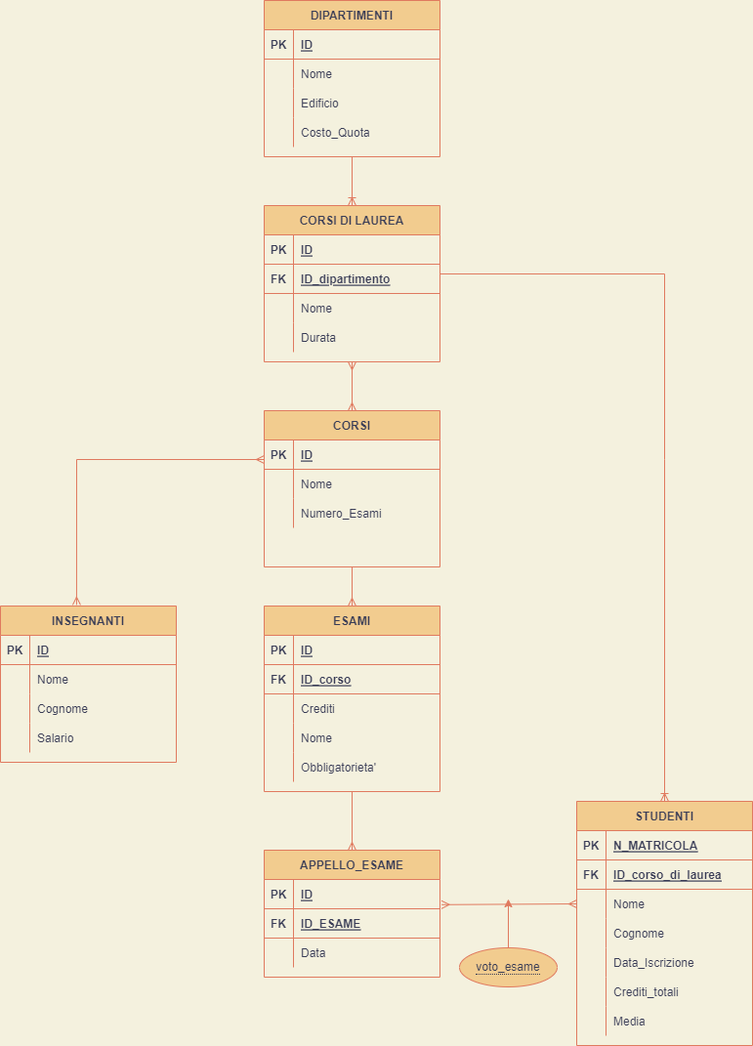
This is database_universita.png from MuraFederico/db-university, a draw.io export, as it was before one commit. Source tidied: cells renumbered, new cells last; positions are measured from the earlier drawing's top-left corner, leaving out a move shared by most shapes.
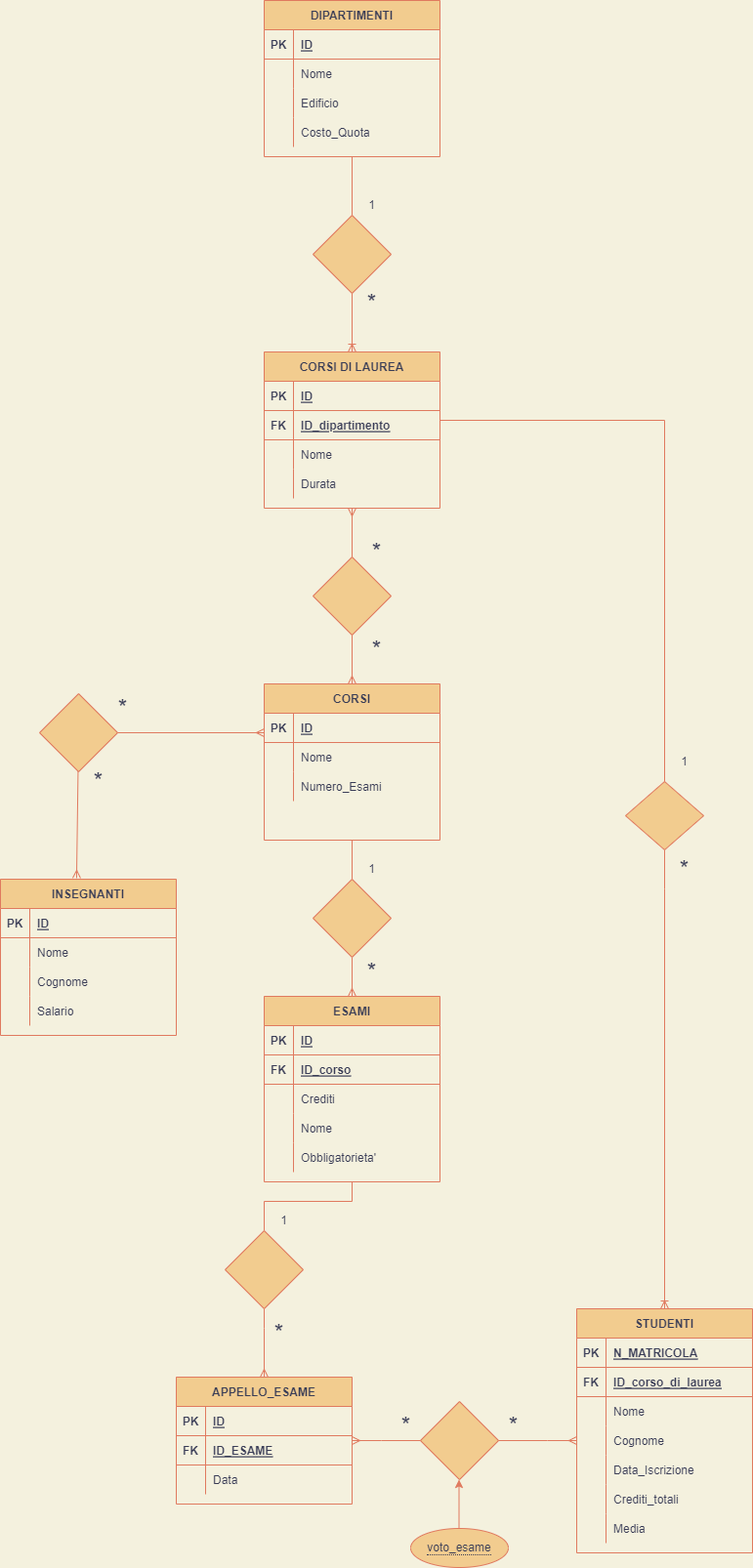
The same diagram one commit later.

The edit, as a diff of the source:
```diff
@@ -42,7 +42,7 @@
       <mxGeometry x="30" width="150" height="30" as="geometry" />
     </mxCell>
     <mxCell id="15" value="CORSI DI LAUREA" style="shape=table;startSize=30;rowLines=0;fontStyle=1;align=center;fillColor=#F2CC8F;strokeColor=#E07A5F;fontColor=#393C56;" parent="1" vertex="1">
-      <mxGeometry x="270" y="210" width="180" height="160" as="geometry" />
+      <mxGeometry x="270" y="360" width="180" height="160" as="geometry" />
     </mxCell>
     <mxCell id="16" style="shape=tableRow;horizontal=0;startSize=0;swimlaneHead=0;swimlaneBody=0;fillColor=none;top=0;left=0;right=0;bottom=1;strokeColor=#E07A5F;fontColor=#393C56;" parent="15" vertex="1">
       <mxGeometry y="30" width="180" height="30" as="geometry" />
@@ -81,7 +81,7 @@
       <mxGeometry x="30" width="150" height="30" as="geometry" />
     </mxCell>
     <mxCell id="28" value="CORSI" style="shape=table;startSize=30;rowLines=0;fontStyle=1;align=center;fillColor=#F2CC8F;strokeColor=#E07A5F;fontColor=#393C56;" parent="1" vertex="1">
-      <mxGeometry x="270" y="420" width="180" height="160" as="geometry" />
+      <mxGeometry x="270" y="700" width="180" height="160" as="geometry" />
     </mxCell>
     <mxCell id="29" style="shape=tableRow;horizontal=0;startSize=0;swimlaneHead=0;swimlaneBody=0;fillColor=none;top=0;left=0;right=0;bottom=1;strokeColor=#E07A5F;fontColor=#393C56;" parent="28" vertex="1">
       <mxGeometry y="30" width="180" height="30" as="geometry" />
@@ -111,7 +111,7 @@
       <mxGeometry x="30" width="150" height="30" as="geometry" />
     </mxCell>
     <mxCell id="38" value="INSEGNANTI" style="shape=table;startSize=30;rowLines=0;fontStyle=1;align=center;fillColor=#F2CC8F;strokeColor=#E07A5F;fontColor=#393C56;" parent="1" vertex="1">
-      <mxGeometry y="620" width="180" height="160" as="geometry" />
+      <mxGeometry y="900" width="180" height="160" as="geometry" />
     </mxCell>
     <mxCell id="39" style="shape=tableRow;horizontal=0;startSize=0;swimlaneHead=0;swimlaneBody=0;fillColor=none;top=0;left=0;right=0;bottom=1;strokeColor=#E07A5F;fontColor=#393C56;" parent="38" vertex="1">
       <mxGeometry y="30" width="180" height="30" as="geometry" />
@@ -150,7 +150,7 @@
       <mxGeometry x="30" width="150" height="30" as="geometry" />
     </mxCell>
     <mxCell id="51" value="ESAMI" style="shape=table;startSize=30;rowLines=0;fontStyle=1;align=center;fillColor=#F2CC8F;strokeColor=#E07A5F;fontColor=#393C56;" parent="1" vertex="1">
-      <mxGeometry x="270" y="620" width="180" height="190" as="geometry" />
+      <mxGeometry x="270" y="1020" width="180" height="190" as="geometry" />
     </mxCell>
     <mxCell id="52" style="shape=tableRow;horizontal=0;startSize=0;swimlaneHead=0;swimlaneBody=0;fillColor=none;top=0;left=0;right=0;bottom=1;strokeColor=#E07A5F;fontColor=#393C56;" parent="51" vertex="1">
       <mxGeometry y="30" width="180" height="30" as="geometry" />
@@ -198,7 +198,7 @@
       <mxGeometry x="30" width="150" height="30" as="geometry" />
     </mxCell>
     <mxCell id="67" value="STUDENTI" style="shape=table;startSize=30;rowLines=0;fontStyle=1;align=center;fillColor=#F2CC8F;strokeColor=#E07A5F;fontColor=#393C56;" parent="1" vertex="1">
-      <mxGeometry x="590" y="820" width="180" height="250" as="geometry" />
+      <mxGeometry x="590" y="1340" width="180" height="250" as="geometry" />
     </mxCell>
     <mxCell id="68" style="shape=tableRow;horizontal=0;startSize=0;swimlaneHead=0;swimlaneBody=0;fillColor=none;top=0;left=0;right=0;bottom=1;strokeColor=#E07A5F;fontColor=#393C56;" parent="67" vertex="1">
       <mxGeometry y="30" width="180" height="30" as="geometry" />
@@ -269,32 +269,27 @@
     <mxCell id="90" style="fontSize=12;html=1;endArrow=ERmany;startArrow=ERmany;rounded=0;exitX=0.5;exitY=1;exitDx=0;exitDy=0;entryX=0.5;entryY=0;entryDx=0;entryDy=0;labelBackgroundColor=#F4F1DE;strokeColor=#E07A5F;fontColor=#393C56;" parent="1" edge="1" source="15" target="28">
       <mxGeometry relative="1" as="geometry" />
     </mxCell>
-    <mxCell id="91" style="fontSize=12;html=1;endArrow=ERoneToMany;rounded=0;entryX=0.5;entryY=0;entryDx=0;entryDy=0;labelBackgroundColor=#F4F1DE;strokeColor=#E07A5F;fontColor=#393C56;" parent="1" edge="1" target="67">
+    <mxCell id="91" style="fontSize=12;html=1;endArrow=ERoneToMany;rounded=0;entryX=0.5;entryY=0;entryDx=0;entryDy=0;labelBackgroundColor=#F4F1DE;strokeColor=#E07A5F;fontColor=#393C56;startArrow=none;" parent="1" edge="1" source="108" target="67">
       <mxGeometry relative="1" as="geometry">
-        <mxPoint x="450" y="280" as="sourcePoint" />
         <Array as="points">
-          <mxPoint x="680" y="280" />
-          <mxPoint x="680" y="470" />
+          <mxPoint x="680" y="910" />
         </Array>
       </mxGeometry>
     </mxCell>
-    <mxCell id="92" style="fontSize=12;html=1;endArrow=ERmany;startArrow=ERmany;rounded=0;entryX=0;entryY=0.5;entryDx=0;entryDy=0;exitX=1.009;exitY=0.86;exitDx=0;exitDy=0;exitPerimeter=0;labelBackgroundColor=#F4F1DE;strokeColor=#E07A5F;fontColor=#393C56;" parent="1" edge="1" source="97" target="74">
-      <mxGeometry relative="1" as="geometry" />
-    </mxCell>
-    <mxCell id="93" style="fontSize=12;html=1;endArrow=ERmany;rounded=0;entryX=0.5;entryY=0;entryDx=0;entryDy=0;exitX=0.5;exitY=1;exitDx=0;exitDy=0;labelBackgroundColor=#F4F1DE;strokeColor=#E07A5F;fontColor=#393C56;" parent="1" edge="1" source="28" target="51">
+    <mxCell id="93" style="fontSize=12;html=1;endArrow=ERmany;rounded=0;entryX=0.5;entryY=0;entryDx=0;entryDy=0;exitX=0.5;exitY=1;exitDx=0;exitDy=0;labelBackgroundColor=#F4F1DE;strokeColor=#E07A5F;fontColor=#393C56;startArrow=none;" parent="1" edge="1" source="122" target="51">
       <mxGeometry relative="1" as="geometry" />
     </mxCell>
     <mxCell id="94" style="edgeStyle=none;rounded=0;orthogonalLoop=1;jettySize=auto;html=1;labelBackgroundColor=#F4F1DE;strokeColor=#E07A5F;fontColor=#393C56;" parent="1" edge="1">
       <mxGeometry relative="1" as="geometry">
-        <mxPoint x="520" y="970" as="sourcePoint" />
-        <mxPoint x="520" y="920" as="targetPoint" />
+        <mxPoint x="469.5" y="1565" as="sourcePoint" />
+        <mxPoint x="469.5" y="1515" as="targetPoint" />
       </mxGeometry>
     </mxCell>
     <mxCell id="95" value="&lt;span style=&quot;border-bottom: 1px dotted&quot;&gt;voto_esame&lt;/span&gt;" style="ellipse;whiteSpace=wrap;html=1;align=center;fillColor=#F2CC8F;strokeColor=#E07A5F;fontColor=#393C56;" parent="1" vertex="1">
-      <mxGeometry x="470" y="970" width="100" height="40" as="geometry" />
+      <mxGeometry x="420" y="1565" width="100" height="40" as="geometry" />
     </mxCell>
     <mxCell id="96" value="APPELLO_ESAME" style="shape=table;startSize=30;rowLines=0;fontStyle=1;align=center;fillColor=#F2CC8F;strokeColor=#E07A5F;fontColor=#393C56;" parent="1" vertex="1">
-      <mxGeometry x="270" y="870" width="180" height="130" as="geometry" />
+      <mxGeometry x="180" y="1410" width="180" height="130" as="geometry" />
     </mxCell>
     <mxCell id="97" style="shape=tableRow;horizontal=0;startSize=0;swimlaneHead=0;swimlaneBody=0;fillColor=none;points=[[0,0.5],[1,0.5]];portConstraint=eastwest;top=0;left=0;right=0;bottom=1;strokeColor=#E07A5F;fontColor=#393C56;" parent="96" vertex="1">
       <mxGeometry y="30" width="180" height="30" as="geometry" />
@@ -323,16 +318,110 @@
     <mxCell id="105" value="Data" style="shape=partialRectangle;fillColor=none;top=0;left=0;bottom=0;right=0;align=left;spacingLeft=6;overflow=hidden;strokeColor=#E07A5F;fontColor=#393C56;" parent="103" vertex="1">
       <mxGeometry x="30" width="150" height="30" as="geometry" />
     </mxCell>
-    <mxCell id="106" style="fontSize=12;html=1;endArrow=ERmany;rounded=0;entryX=0.5;entryY=0;entryDx=0;entryDy=0;exitX=0.5;exitY=1;exitDx=0;exitDy=0;labelBackgroundColor=#F4F1DE;strokeColor=#E07A5F;fontColor=#393C56;" parent="1" edge="1" source="51" target="96">
-      <mxGeometry relative="1" as="geometry" />
+    <mxCell id="106" style="fontSize=12;html=1;endArrow=ERmany;rounded=0;entryX=0.5;entryY=0;entryDx=0;entryDy=0;exitX=0.5;exitY=1;exitDx=0;exitDy=0;labelBackgroundColor=#F4F1DE;strokeColor=#E07A5F;fontColor=#393C56;startArrow=none;" parent="1" edge="1" source="126" target="96">
+      <mxGeometry relative="1" as="geometry">
+        <Array as="points">
+          <mxPoint x="270" y="1360" />
+        </Array>
+      </mxGeometry>
     </mxCell>
-    <mxCell id="107" style="fontSize=12;html=1;endArrow=ERmany;startArrow=ERmany;rounded=0;exitX=0.433;exitY=-0.007;exitDx=0;exitDy=0;exitPerimeter=0;labelBackgroundColor=#F4F1DE;strokeColor=#E07A5F;fontColor=#393C56;" parent="1" edge="1" source="38">
+    <mxCell id="107" style="fontSize=12;html=1;endArrow=ERmany;startArrow=none;rounded=0;exitX=1;exitY=0.5;exitDx=0;exitDy=0;labelBackgroundColor=#F4F1DE;strokeColor=#E07A5F;fontColor=#393C56;" parent="1" edge="1" source="118">
       <mxGeometry relative="1" as="geometry">
-        <mxPoint x="270" y="470" as="targetPoint" />
+        <mxPoint x="270" y="750" as="targetPoint" />
         <Array as="points">
-          <mxPoint x="78" y="470" />
+          <mxPoint x="78" y="750" />
         </Array>
       </mxGeometry>
     </mxCell>
+    <mxCell id="108" style="rhombus;whiteSpace=wrap;html=1;fillColor=#F2CC8F;strokeColor=#E07A5F;fontColor=#393C56;" parent="1" vertex="1">
+      <mxGeometry x="640" y="800" width="80" height="70" as="geometry" />
+    </mxCell>
+    <mxCell id="109" style="fontSize=12;html=1;endArrow=none;rounded=0;entryX=0.5;entryY=0;entryDx=0;entryDy=0;labelBackgroundColor=#F4F1DE;strokeColor=#E07A5F;fontColor=#393C56;" parent="1" edge="1" target="108">
+      <mxGeometry relative="1" as="geometry">
+        <mxPoint x="450" y="430" as="sourcePoint" />
+        <Array as="points">
+          <mxPoint x="680" y="430" />
+        </Array>
+      </mxGeometry>
+    </mxCell>
+    <mxCell id="110" value="*" style="text;html=1;align=center;verticalAlign=middle;strokeColor=none;fillColor=none;fontSize=24;fontColor=#393C56;" parent="1" vertex="1">
+      <mxGeometry x="685" y="875" width="30" height="30" as="geometry" />
+    </mxCell>
+    <mxCell id="111" value="1" style="text;html=1;align=center;verticalAlign=middle;strokeColor=none;fillColor=none;fontColor=#393C56;" parent="1" vertex="1">
+      <mxGeometry x="690" y="770" width="20" height="20" as="geometry" />
+    </mxCell>
+    <mxCell id="112" style="rhombus;whiteSpace=wrap;html=1;fillColor=#F2CC8F;strokeColor=#E07A5F;fontColor=#393C56;" parent="1" vertex="1">
+      <mxGeometry x="320" y="220" width="80" height="80" as="geometry" />
+    </mxCell>
+    <mxCell id="113" value="1" style="text;html=1;align=center;verticalAlign=middle;strokeColor=none;fillColor=none;fontColor=#393C56;" parent="1" vertex="1">
+      <mxGeometry x="370" y="200" width="20" height="20" as="geometry" />
+    </mxCell>
+    <mxCell id="114" value="*" style="text;html=1;align=center;verticalAlign=middle;strokeColor=none;fillColor=none;fontSize=24;fontColor=#393C56;" parent="1" vertex="1">
+      <mxGeometry x="365" y="295" width="30" height="30" as="geometry" />
+    </mxCell>
+    <mxCell id="115" style="rhombus;whiteSpace=wrap;html=1;fontSize=24;fillColor=#F2CC8F;strokeColor=#E07A5F;fontColor=#393C56;" parent="1" vertex="1">
+      <mxGeometry x="320" y="570" width="80" height="80" as="geometry" />
+    </mxCell>
+    <mxCell id="116" value="*" style="text;html=1;align=center;verticalAlign=middle;strokeColor=none;fillColor=none;fontSize=24;fontColor=#393C56;" parent="1" vertex="1">
+      <mxGeometry x="370" y="550" width="30" height="30" as="geometry" />
+    </mxCell>
+    <mxCell id="117" value="*" style="text;html=1;align=center;verticalAlign=middle;strokeColor=none;fillColor=none;fontSize=24;fontColor=#393C56;" parent="1" vertex="1">
+      <mxGeometry x="370" y="650" width="30" height="30" as="geometry" />
+    </mxCell>
+    <mxCell id="118" style="rhombus;whiteSpace=wrap;html=1;fontSize=24;fillColor=#F2CC8F;strokeColor=#E07A5F;fontColor=#393C56;" parent="1" vertex="1">
+      <mxGeometry x="40" y="710" width="80" height="80" as="geometry" />
+    </mxCell>
+    <mxCell id="119" style="fontSize=12;html=1;endArrow=none;startArrow=ERmany;rounded=0;exitX=0.433;exitY=-0.007;exitDx=0;exitDy=0;exitPerimeter=0;labelBackgroundColor=#F4F1DE;strokeColor=#E07A5F;fontColor=#393C56;" parent="1" edge="1" source="38" target="118">
+      <mxGeometry relative="1" as="geometry" />
+    </mxCell>
+    <mxCell id="120" value="*" style="text;html=1;align=center;verticalAlign=middle;strokeColor=none;fillColor=none;fontSize=24;fontColor=#393C56;" parent="1" vertex="1">
+      <mxGeometry x="110" y="710" width="30" height="30" as="geometry" />
+    </mxCell>
+    <mxCell id="121" value="*" style="text;html=1;align=center;verticalAlign=middle;strokeColor=none;fillColor=none;fontSize=24;fontColor=#393C56;" parent="1" vertex="1">
+      <mxGeometry x="85" y="785" width="30" height="30" as="geometry" />
+    </mxCell>
+    <mxCell id="122" style="rhombus;whiteSpace=wrap;html=1;fontSize=24;fillColor=#F2CC8F;strokeColor=#E07A5F;fontColor=#393C56;" parent="1" vertex="1">
+      <mxGeometry x="320" y="900" width="80" height="80" as="geometry" />
+    </mxCell>
+    <mxCell id="123" style="fontSize=12;html=1;endArrow=none;rounded=0;entryX=0.5;entryY=0;entryDx=0;entryDy=0;exitX=0.5;exitY=1;exitDx=0;exitDy=0;labelBackgroundColor=#F4F1DE;strokeColor=#E07A5F;fontColor=#393C56;" parent="1" edge="1" source="28" target="122">
+      <mxGeometry relative="1" as="geometry" />
+    </mxCell>
+    <mxCell id="124" value="1" style="text;html=1;align=center;verticalAlign=middle;strokeColor=none;fillColor=none;fontSize=12;fontColor=#393C56;" parent="1" vertex="1">
+      <mxGeometry x="370" y="880" width="20" height="20" as="geometry" />
+    </mxCell>
+    <mxCell id="125" value="*" style="text;html=1;align=center;verticalAlign=middle;strokeColor=none;fillColor=none;fontSize=24;fontColor=#393C56;" parent="1" vertex="1">
+      <mxGeometry x="365" y="980" width="30" height="30" as="geometry" />
+    </mxCell>
+    <mxCell id="126" style="rhombus;whiteSpace=wrap;html=1;fontSize=24;fillColor=#F2CC8F;strokeColor=#E07A5F;fontColor=#393C56;" parent="1" vertex="1">
+      <mxGeometry x="230" y="1260" width="80" height="80" as="geometry" />
+    </mxCell>
+    <mxCell id="127" style="fontSize=12;html=1;endArrow=none;rounded=0;entryX=0.5;entryY=0;entryDx=0;entryDy=0;exitX=0.5;exitY=1;exitDx=0;exitDy=0;labelBackgroundColor=#F4F1DE;strokeColor=#E07A5F;fontColor=#393C56;" parent="1" edge="1" source="51" target="126">
+      <mxGeometry relative="1" as="geometry">
+        <Array as="points">
+          <mxPoint x="360" y="1230" />
+          <mxPoint x="270" y="1230" />
+        </Array>
+      </mxGeometry>
+    </mxCell>
+    <mxCell id="128" value="1" style="text;html=1;align=center;verticalAlign=middle;strokeColor=none;fillColor=none;fontSize=12;fontColor=#393C56;" parent="1" vertex="1">
+      <mxGeometry x="280" y="1240" width="20" height="20" as="geometry" />
+    </mxCell>
+    <mxCell id="129" value="*" style="text;html=1;align=center;verticalAlign=middle;strokeColor=none;fillColor=none;fontSize=24;fontColor=#393C56;" parent="1" vertex="1">
+      <mxGeometry x="270" y="1350" width="30" height="30" as="geometry" />
+    </mxCell>
+    <mxCell id="130" style="edgeStyle=entityRelationEdgeStyle;fontSize=12;html=1;endArrow=ERmany;startArrow=ERmany;rounded=0;entryX=0;entryY=0.5;entryDx=0;entryDy=0;labelBackgroundColor=#F4F1DE;strokeColor=#E07A5F;fontColor=#393C56;" parent="1" edge="1" target="77">
+      <mxGeometry relative="1" as="geometry">
+        <mxPoint x="360" y="1475" as="sourcePoint" />
+      </mxGeometry>
+    </mxCell>
+    <mxCell id="131" style="rhombus;whiteSpace=wrap;html=1;fontSize=12;fillColor=#F2CC8F;strokeColor=#E07A5F;fontColor=#393C56;" parent="1" vertex="1">
+      <mxGeometry x="430" y="1435" width="80" height="80" as="geometry" />
+    </mxCell>
+    <mxCell id="132" value="*" style="text;html=1;align=center;verticalAlign=middle;strokeColor=none;fillColor=none;fontSize=24;fontColor=#393C56;" parent="1" vertex="1">
+      <mxGeometry x="400" y="1445" width="30" height="30" as="geometry" />
+    </mxCell>
+    <mxCell id="133" value="*" style="text;html=1;align=center;verticalAlign=middle;strokeColor=none;fillColor=none;fontSize=24;fontColor=#393C56;" parent="1" vertex="1">
+      <mxGeometry x="510" y="1445" width="30" height="30" as="geometry" />
+    </mxCell>
   </root>
 </mxGraphModel>
```
